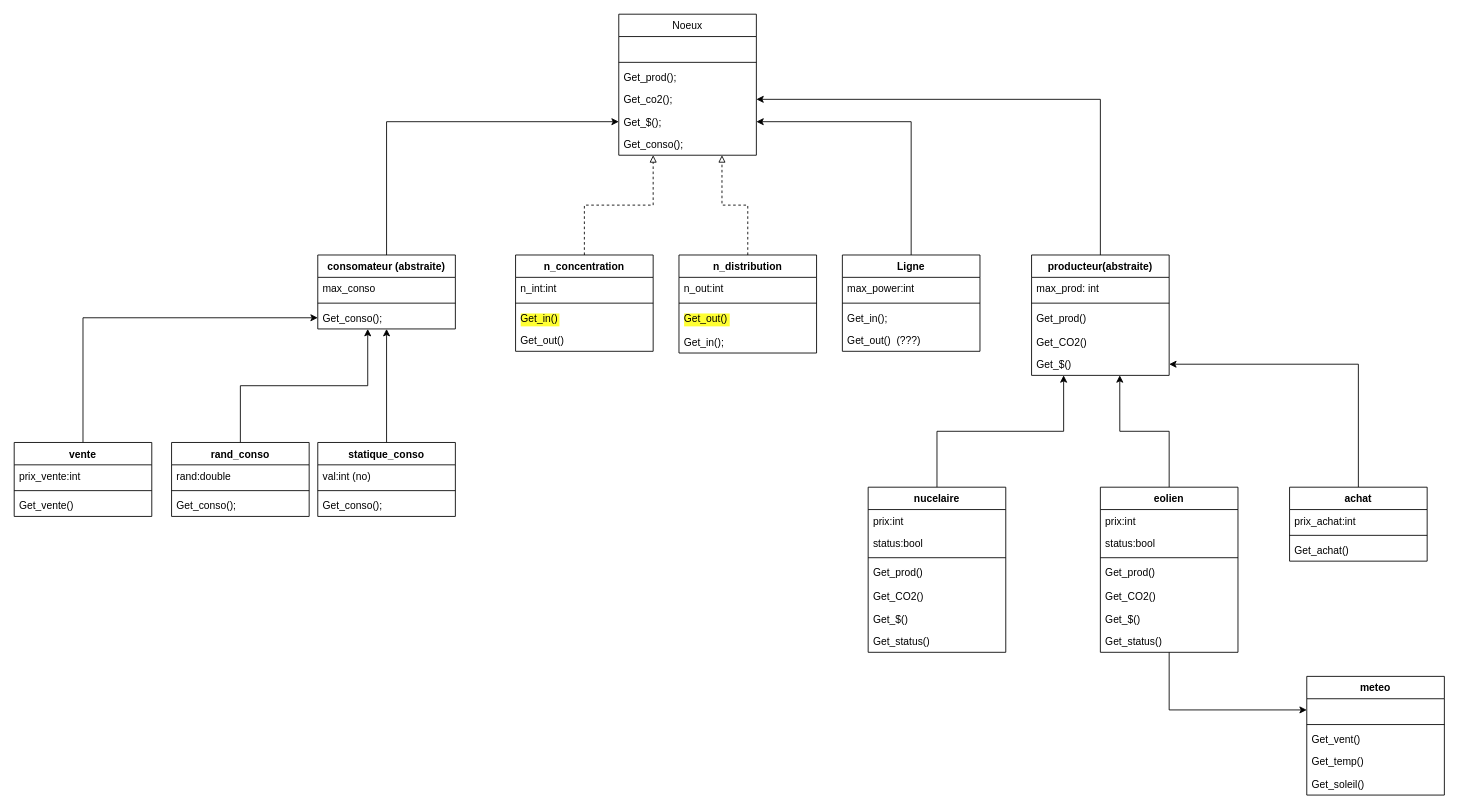
This is page "seb" (2 of 3) of Rapport/design_paterne_exo.drawio from 20325-ecam/Projet_concept_informatique, a draw.io file, before an edit. Source tidied: cells renumbered, new cells numbered last; positions are measured from the earlier drawing's top-left corner, leaving out a move shared by most shapes. Both pictures are drawn from the tidied source at 86%, with x=0, y=0 at pixel (14, 14).
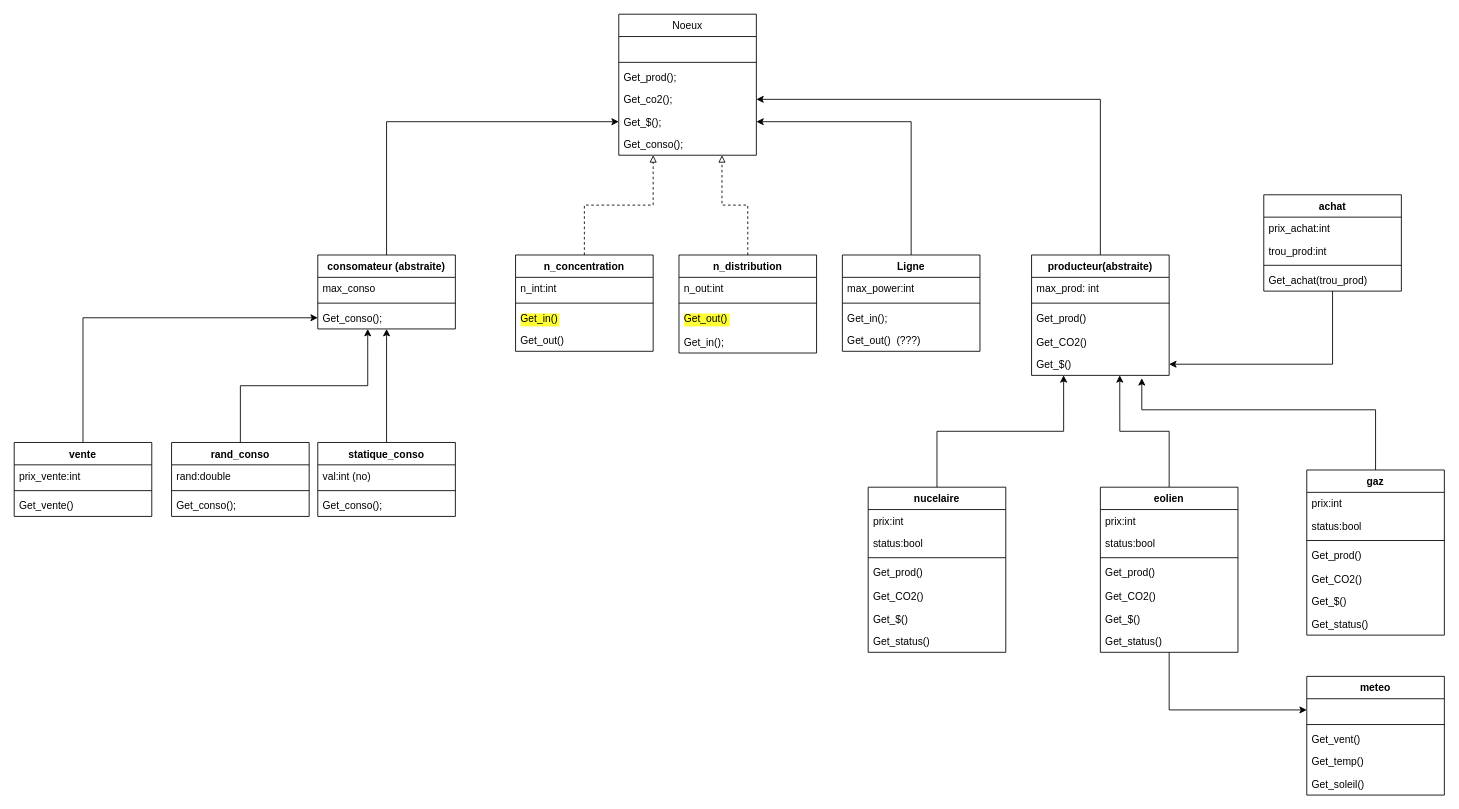
Above is the later version.

The change refers to these unchanged cells:
```xml
<mxCell id="27" value="Get_$()" style="text;strokeColor=none;fillColor=none;align=left;verticalAlign=top;spacingLeft=4;spacingRight=4;overflow=hidden;points=[[0,0.5],[1,0.5]];portConstraint=eastwest;" parent="22" vertex="1">
  <mxGeometry y="114" width="160" height="26" as="geometry" />
</mxCell>
```

Change to the diagram source:
```diff
@@
     <mxCell id="75" value="achat" style="swimlane;fontStyle=1;align=center;verticalAlign=top;horizontal=1;startSize=26;" parent="1" vertex="1">
-      <mxGeometry x="1483" y="550" width="160" height="86" as="geometry" />
+      <mxGeometry x="1453" y="210" width="160" height="112" as="geometry" />
     </mxCell>
@@
+    <mxCell id="84" value="trou_prod:int" style="text;strokeColor=none;fillColor=none;align=left;verticalAlign=top;spacingLeft=4;spacingRight=4;overflow=hidden;" parent="75" vertex="1">
+      <mxGeometry y="52" width="160" height="26" as="geometry" />
+    </mxCell>
     <mxCell id="77" style="line;strokeWidth=1;fillColor=none;align=left;verticalAlign=middle;spacingTop=-1;spacingLeft=3;spacingRight=3;labelPosition=right;" parent="75" vertex="1">
-      <mxGeometry y="52" width="160" height="8" as="geometry" />
+      <mxGeometry y="78" width="160" height="8" as="geometry" />
     </mxCell>
-    <mxCell id="78" value="Get_achat()" style="text;strokeColor=none;fillColor=none;align=left;verticalAlign=top;spacingLeft=4;spacingRight=4;overflow=hidden;" parent="75" vertex="1">
-      <mxGeometry y="60" width="160" height="26" as="geometry" />
+    <mxCell id="78" value="Get_achat(trou_prod)" style="text;strokeColor=none;fillColor=none;align=left;verticalAlign=top;spacingLeft=4;spacingRight=4;overflow=hidden;" parent="75" vertex="1">
+      <mxGeometry y="86" width="160" height="26" as="geometry" />
     </mxCell>
@@
+    <mxCell id="85" style="edgeStyle=orthogonalEdgeStyle;rounded=0;jettySize=auto;html=1;entryX=0.801;entryY=1.126;entryDx=0;entryDy=0;entryPerimeter=0;" parent="1" edge="1" source="86" target="27">
+      <mxGeometry relative="1" as="geometry">
+        <Array as="points">
+          <mxPoint x="1583" y="460" />
+          <mxPoint x="1311" y="460" />
+        </Array>
+      </mxGeometry>
+    </mxCell>
+    <mxCell id="86" value="gaz" style="swimlane;fontStyle=1;align=center;verticalAlign=top;horizontal=1;startSize=26;" parent="1" vertex="1">
+      <mxGeometry x="1503" y="530" width="160" height="192" as="geometry" />
+    </mxCell>
+    <mxCell id="87" value="prix:int" style="text;strokeColor=none;fillColor=none;align=left;verticalAlign=top;spacingLeft=4;spacingRight=4;overflow=hidden;" parent="86" vertex="1">
+      <mxGeometry y="26" width="160" height="26" as="geometry" />
+    </mxCell>
+    <mxCell id="88" value="status:bool" style="text;strokeColor=none;fillColor=none;align=left;verticalAlign=top;spacingLeft=4;spacingRight=4;overflow=hidden;" parent="86" vertex="1">
+      <mxGeometry y="52" width="160" height="26" as="geometry" />
+    </mxCell>
+    <mxCell id="89" style="line;strokeWidth=1;fillColor=none;align=left;verticalAlign=middle;spacingTop=-1;spacingLeft=3;spacingRight=3;labelPosition=right;" parent="86" vertex="1">
+      <mxGeometry y="78" width="160" height="8" as="geometry" />
+    </mxCell>
+    <mxCell id="90" value="Get_prod()" style="text;strokeColor=none;fillColor=none;align=left;verticalAlign=top;spacingLeft=4;spacingRight=4;overflow=hidden;" parent="86" vertex="1">
+      <mxGeometry y="86" width="160" height="28" as="geometry" />
+    </mxCell>
+    <mxCell id="91" value="Get_CO2()" style="text;strokeColor=none;fillColor=none;align=left;verticalAlign=top;spacingLeft=4;spacingRight=4;overflow=hidden;" parent="86" vertex="1">
+      <mxGeometry y="114" width="160" height="26" as="geometry" />
+    </mxCell>
+    <mxCell id="92" value="Get_$()" style="text;strokeColor=none;fillColor=none;align=left;verticalAlign=top;spacingLeft=4;spacingRight=4;overflow=hidden;" parent="86" vertex="1">
+      <mxGeometry y="140" width="160" height="26" as="geometry" />
+    </mxCell>
+    <mxCell id="93" value="Get_status()" style="text;strokeColor=none;fillColor=none;align=left;verticalAlign=top;spacingLeft=4;spacingRight=4;overflow=hidden;" parent="86" vertex="1">
+      <mxGeometry y="166" width="160" height="26" as="geometry" />
+    </mxCell>
```
